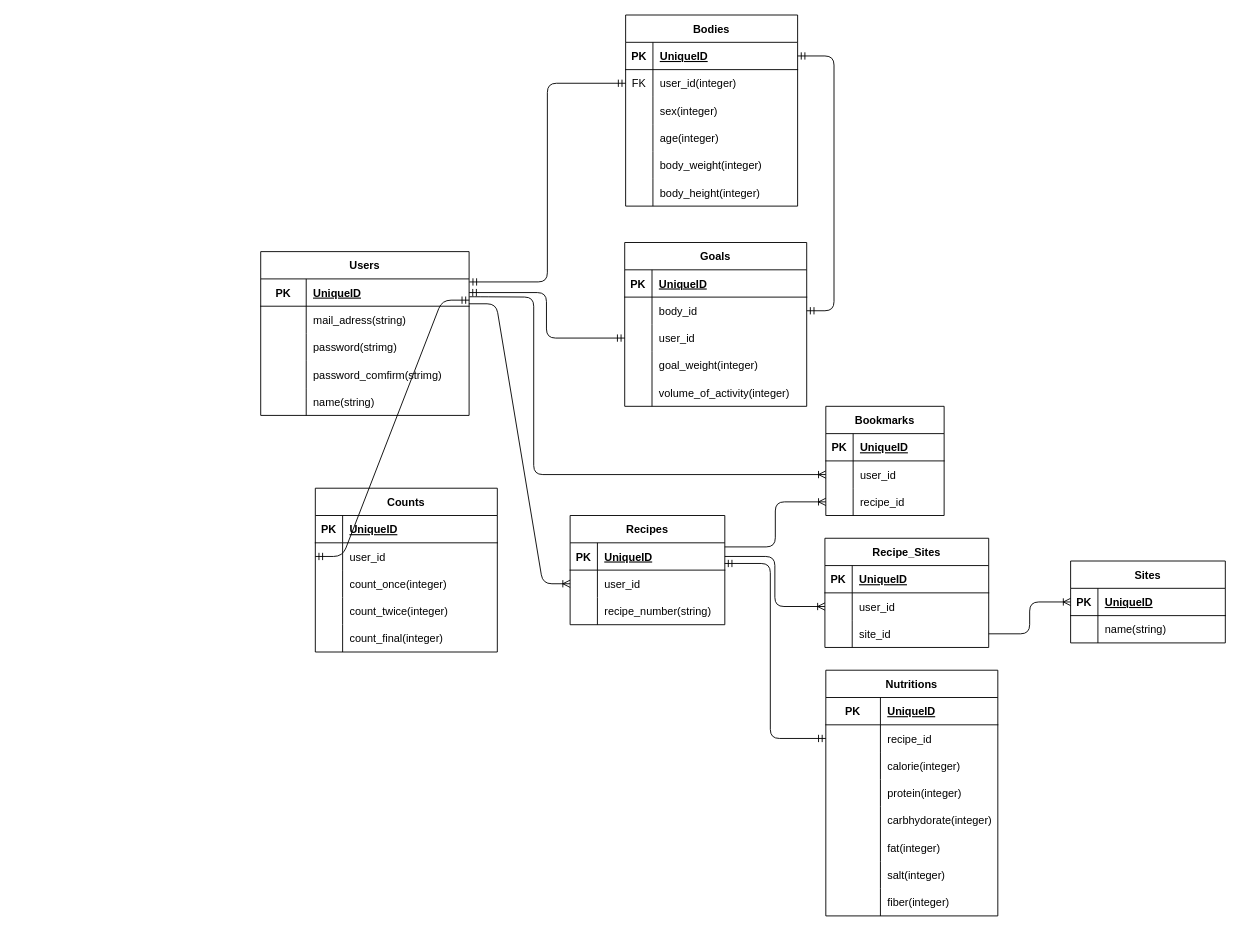
The draw.io diagram slatrition.drawio in shinotaku1997/slatrition, before the edit. Source tidied: cells renumbered, new cells numbered last; positions are measured from the earlier drawing's top-left corner, leaving out a move shared by most shapes. Both pictures are drawn from the tidied source at 91%, with x=0, y=0 at pixel (260, 15).
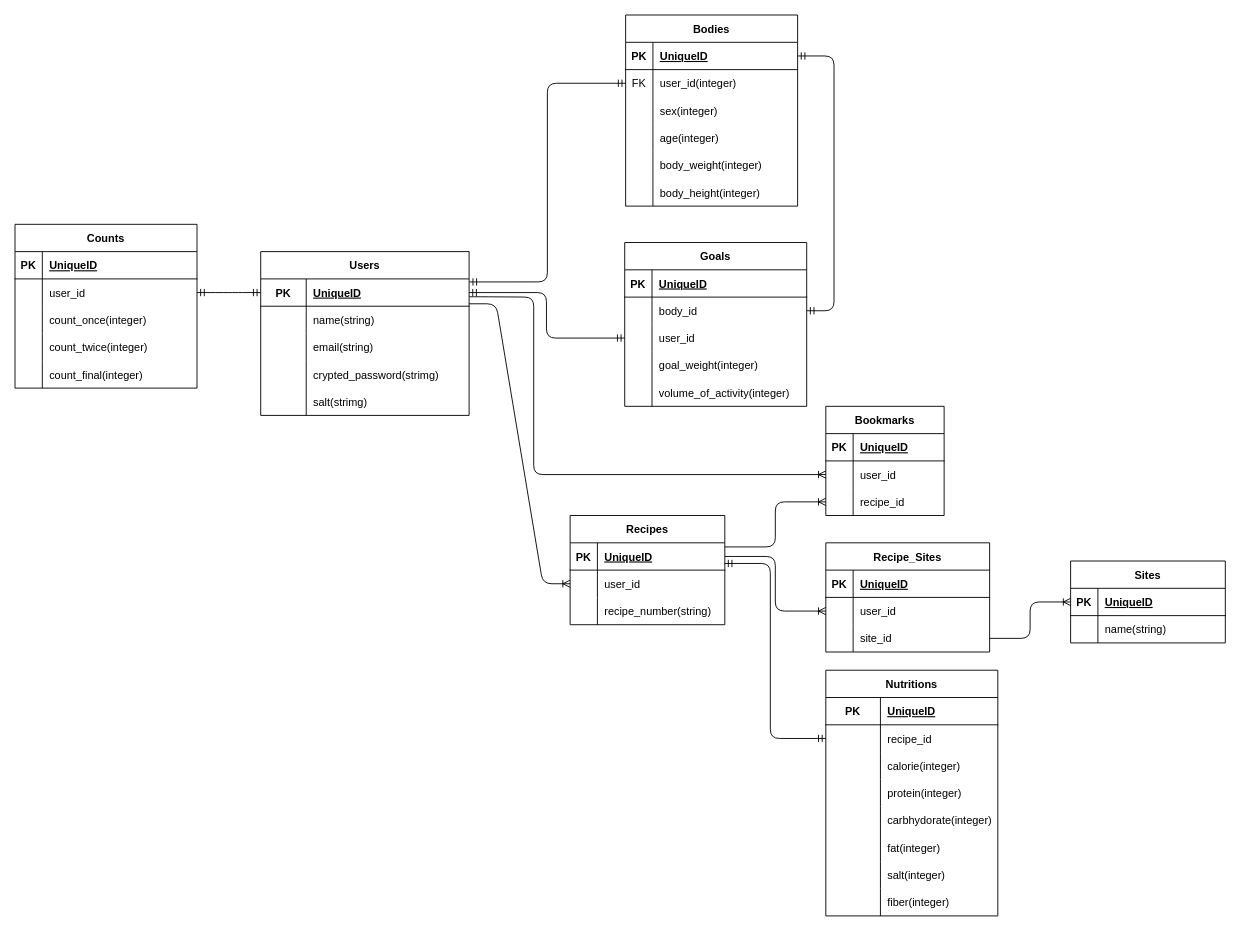
After the change.

Commit message:
USERSテーブルの修正

The change refers to these unchanged cells:
```xml
<mxCell id="2" value="Users" style="shape=table;startSize=30;childLayout=tableLayout;rowLines=0;fontStyle=1;align=center;" parent="1" vertex="1">
  <mxGeometry y="260" width="229" height="180" as="geometry" />
</mxCell>
<mxCell id="3" style="shape=tableRow;horizontal=0;startSize=0;swimlaneHead=0;swimlaneBody=0;fillColor=none;points=[[0,0.5],[1,0.5]];portConstraint=eastwest;top=0;left=0;right=0;bottom=1;" parent="2" vertex="1">
  <mxGeometry y="30" width="229" height="30" as="geometry" />
</mxCell>
<mxCell id="77" style="shape=tableRow;horizontal=0;startSize=0;swimlaneHead=0;swimlaneBody=0;fillColor=none;points=[[0,0.5],[1,0.5]];portConstraint=eastwest;top=0;left=0;right=0;bottom=0;" parent="73" vertex="1">
  <mxGeometry y="60" width="200" height="30" as="geometry" />
</mxCell>
```

Change to the diagram source:
```diff
@@
+    <mxCell id="15" style="shape=tableRow;horizontal=0;startSize=0;swimlaneHead=0;swimlaneBody=0;fillColor=none;top=0;left=0;right=0;bottom=0;" parent="2" vertex="1">
+      <mxGeometry y="60" width="229" height="30" as="geometry" />
+    </mxCell>
+    <mxCell id="16" style="shape=partialRectangle;fillColor=none;top=0;left=0;bottom=0;right=0;overflow=hidden;" parent="15" vertex="1">
+      <mxGeometry width="50" height="30" as="geometry" />
+    </mxCell>
+    <mxCell id="17" value="name(string)" style="shape=partialRectangle;fillColor=none;top=0;left=0;bottom=0;right=0;align=left;spacingLeft=6;overflow=hidden;" parent="15" vertex="1">
+      <mxGeometry x="50" width="179" height="30" as="geometry" />
+    </mxCell>
     <mxCell id="6" style="shape=tableRow;horizontal=0;startSize=0;swimlaneHead=0;swimlaneBody=0;fillColor=none;top=0;left=0;right=0;bottom=0;" parent="2" vertex="1">
-      <mxGeometry y="60" width="229" height="30" as="geometry" />
+      <mxGeometry y="90" width="229" height="30" as="geometry" />
     </mxCell>
@@
-    <mxCell id="8" value="mail_adress(string)" style="shape=partialRectangle;fillColor=none;top=0;left=0;bottom=0;right=0;align=left;spacingLeft=6;overflow=hidden;" parent="6" vertex="1">
+    <mxCell id="8" value="email(string)" style="shape=partialRectangle;fillColor=none;top=0;left=0;bottom=0;right=0;align=left;spacingLeft=6;overflow=hidden;" parent="6" vertex="1">
       <mxGeometry x="50" width="179" height="30" as="geometry" />
     </mxCell>
     <mxCell id="9" style="shape=tableRow;horizontal=0;startSize=0;swimlaneHead=0;swimlaneBody=0;fillColor=none;top=0;left=0;right=0;bottom=0;" parent="2" vertex="1">
-      <mxGeometry y="90" width="229" height="30" as="geometry" />
+      <mxGeometry y="120" width="229" height="30" as="geometry" />
     </mxCell>
@@
-    <mxCell id="11" value="password(strimg)" style="shape=partialRectangle;fillColor=none;top=0;left=0;bottom=0;right=0;align=left;spacingLeft=6;overflow=hidden;" parent="9" vertex="1">
+    <mxCell id="11" value="crypted_password(strimg)" style="shape=partialRectangle;fillColor=none;top=0;left=0;bottom=0;right=0;align=left;spacingLeft=6;overflow=hidden;" parent="9" vertex="1">
       <mxGeometry x="50" width="179" height="30" as="geometry" />
     </mxCell>
     <mxCell id="12" style="shape=tableRow;horizontal=0;startSize=0;swimlaneHead=0;swimlaneBody=0;fillColor=none;top=0;left=0;right=0;bottom=0;" parent="2" vertex="1">
-      <mxGeometry y="120" width="229" height="30" as="geometry" />
+      <mxGeometry y="150" width="229" height="30" as="geometry" />
     </mxCell>
@@
-    <mxCell id="14" value="password_comfirm(strimg)" style="shape=partialRectangle;fillColor=none;top=0;left=0;bottom=0;right=0;align=left;spacingLeft=6;overflow=hidden;" parent="12" vertex="1">
+    <mxCell id="14" value="salt(strimg)" style="shape=partialRectangle;fillColor=none;top=0;left=0;bottom=0;right=0;align=left;spacingLeft=6;overflow=hidden;" parent="12" vertex="1">
       <mxGeometry x="50" width="179" height="30" as="geometry" />
     </mxCell>
-    <mxCell id="15" style="shape=tableRow;horizontal=0;startSize=0;swimlaneHead=0;swimlaneBody=0;fillColor=none;top=0;left=0;right=0;bottom=0;" parent="2" vertex="1">
-      <mxGeometry y="150" width="229" height="30" as="geometry" />
-    </mxCell>
-    <mxCell id="16" style="shape=partialRectangle;fillColor=none;top=0;left=0;bottom=0;right=0;overflow=hidden;" parent="15" vertex="1">
-      <mxGeometry width="50" height="30" as="geometry" />
-    </mxCell>
-    <mxCell id="17" value="name(string)" style="shape=partialRectangle;fillColor=none;top=0;left=0;bottom=0;right=0;align=left;spacingLeft=6;overflow=hidden;" parent="15" vertex="1">
-      <mxGeometry x="50" width="179" height="30" as="geometry" />
-    </mxCell>
@@
     <mxCell id="73" value="Counts" style="shape=table;startSize=30;childLayout=tableLayout;rowLines=0;fontStyle=1;align=center;" parent="1" vertex="1">
-      <mxGeometry x="60" y="520" width="200" height="180" as="geometry" />
+      <mxGeometry x="-270" y="230" width="200" height="180" as="geometry" />
     </mxCell>
@@
-    <mxCell id="121" style="edgeStyle=entityRelationEdgeStyle;fontSize=12;html=1;endArrow=ERmandOne;startArrow=ERmandOne;exitX=0;exitY=0.5;exitDx=0;exitDy=0;entryX=1.001;entryY=0.778;entryDx=0;entryDy=0;entryPerimeter=0;" parent="1" edge="1" source="77" target="3">
+    <mxCell id="121" style="edgeStyle=entityRelationEdgeStyle;fontSize=12;html=1;endArrow=ERmandOne;startArrow=ERmandOne;entryX=0;entryY=0.5;entryDx=0;entryDy=0;" parent="1" edge="1" source="77" target="3">
       <mxGeometry relative="1" as="geometry" />
     </mxCell>
@@
     <mxCell id="127" value="Recipe_Sites" style="shape=table;startSize=30;childLayout=tableLayout;rowLines=0;fontStyle=1;align=center;" parent="1" vertex="1">
-      <mxGeometry x="620" y="575" width="180" height="120" as="geometry" />
+      <mxGeometry x="621" y="580" width="180" height="120" as="geometry" />
     </mxCell>
```
